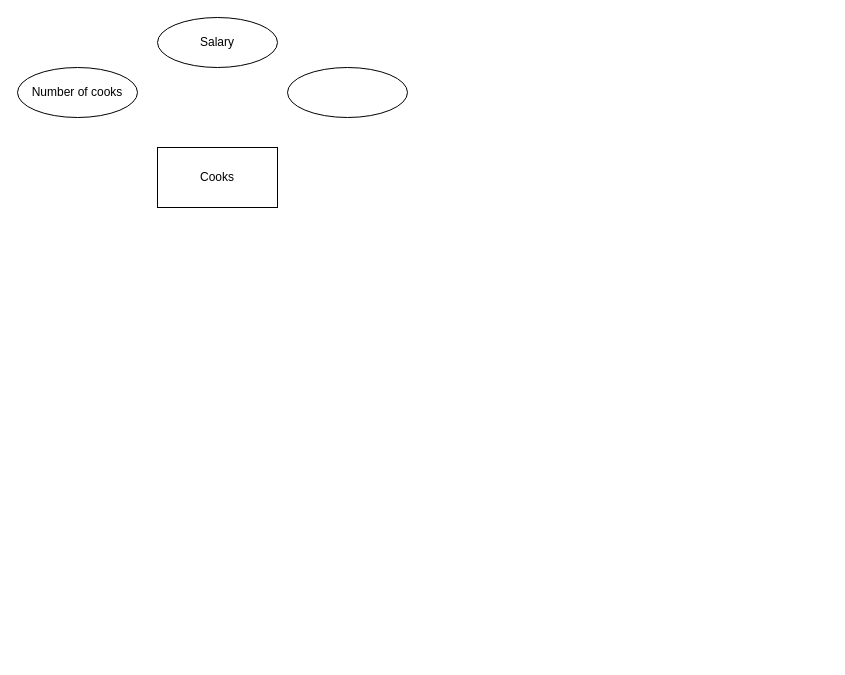
nedburke47/PracticingForClass keeps this draw.io diagram as Images/Project 1.drawio. Above is the earlier version. Source tidied: cells renumbered, new cells numbered last; positions are measured from the earlier drawing's top-left corner, leaving out a move shared by most shapes. Both pictures are drawn from the tidied source at 100%, with x=0, y=0 at pixel (17, 17).
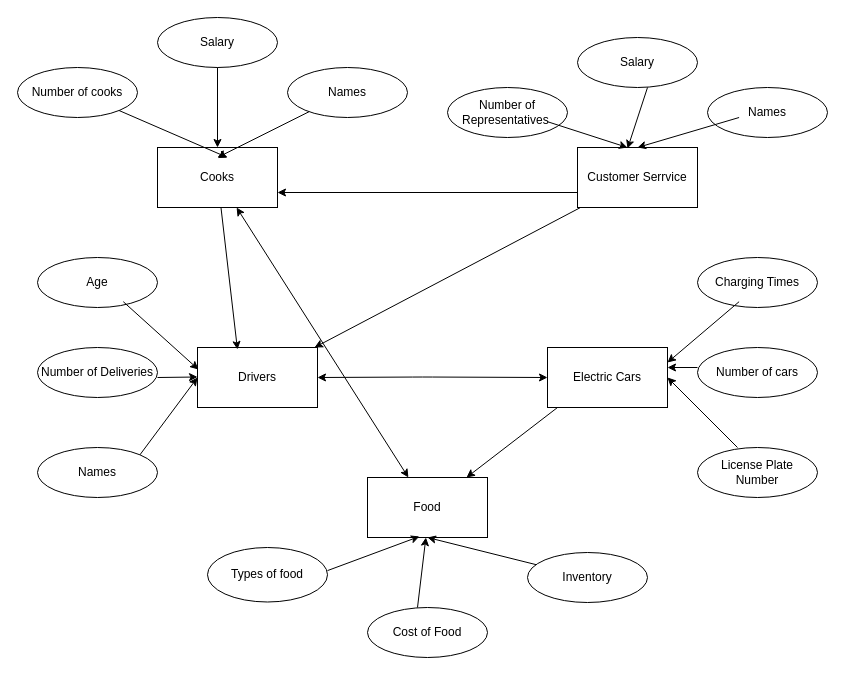
After the change.

Unchanged cells that the change refers to:
```xml
<mxCell id="2" value="Cooks" style="rounded=0;whiteSpace=wrap;html=1;" parent="1" vertex="1">
  <mxGeometry x="140" y="130" width="120" height="60" as="geometry" />
</mxCell>
<mxCell id="3" value="Salary" style="ellipse;whiteSpace=wrap;html=1;" parent="1" vertex="1">
  <mxGeometry x="140" width="120" height="50" as="geometry" />
</mxCell>
<mxCell id="4" value="Number of cooks" style="ellipse;whiteSpace=wrap;html=1;" parent="1" vertex="1">
  <mxGeometry y="50" width="120" height="50" as="geometry" />
</mxCell>
```

Diff of the diagram source:
```diff
@@
-    <mxCell id="5" style="ellipse;whiteSpace=wrap;html=1;" parent="1" vertex="1">
+    <mxCell id="5" value="Names" style="ellipse;whiteSpace=wrap;html=1;" parent="1" vertex="1">
       <mxGeometry x="270" y="50" width="120" height="50" as="geometry" />
     </mxCell>
+    <mxCell id="6" style="endArrow=classic;html=1;exitX=0.5;exitY=1;exitDx=0;exitDy=0;" parent="1" edge="1" source="3" target="2">
+      <mxGeometry relative="1" as="geometry">
+        <Array as="points">
+          <mxPoint x="200" y="130" />
+        </Array>
+      </mxGeometry>
+    </mxCell>
+    <mxCell id="7" style="endArrow=classic;html=1;" parent="1" edge="1" source="4">
+      <mxGeometry relative="1" as="geometry">
+        <mxPoint x="210" y="140" as="targetPoint" />
+      </mxGeometry>
+    </mxCell>
+    <mxCell id="8" style="endArrow=classic;html=1;" parent="1" edge="1" source="5">
+      <mxGeometry relative="1" as="geometry">
+        <mxPoint x="200" y="140" as="targetPoint" />
+      </mxGeometry>
+    </mxCell>
+    <mxCell id="9" value="Customer Serrvice" style="rounded=0;whiteSpace=wrap;html=1;" parent="1" vertex="1">
+      <mxGeometry x="560" y="130" width="120" height="60" as="geometry" />
+    </mxCell>
+    <mxCell id="10" value="Salary" style="ellipse;whiteSpace=wrap;html=1;" parent="1" vertex="1">
+      <mxGeometry x="560" y="20" width="120" height="50" as="geometry" />
+    </mxCell>
+    <mxCell id="11" value="Number of Representatives&amp;nbsp;" style="ellipse;whiteSpace=wrap;html=1;" parent="1" vertex="1">
+      <mxGeometry x="430" y="70" width="120" height="50" as="geometry" />
+    </mxCell>
+    <mxCell id="12" value="Names" style="ellipse;whiteSpace=wrap;html=1;" parent="1" vertex="1">
+      <mxGeometry x="690" y="70" width="120" height="50" as="geometry" />
+    </mxCell>
+    <mxCell id="13" value="Drivers" style="rounded=0;whiteSpace=wrap;html=1;" parent="1" vertex="1">
+      <mxGeometry x="180" y="330" width="120" height="60" as="geometry" />
+    </mxCell>
+    <mxCell id="14" value="Age" style="ellipse;whiteSpace=wrap;html=1;" parent="1" vertex="1">
+      <mxGeometry x="20" y="240" width="120" height="50" as="geometry" />
+    </mxCell>
+    <mxCell id="15" value="Number of Deliveries" style="ellipse;whiteSpace=wrap;html=1;" parent="1" vertex="1">
+      <mxGeometry x="20" y="330" width="120" height="50" as="geometry" />
+    </mxCell>
+    <mxCell id="16" value="Names" style="ellipse;whiteSpace=wrap;html=1;" parent="1" vertex="1">
+      <mxGeometry x="20" y="430" width="120" height="50" as="geometry" />
+    </mxCell>
+    <mxCell id="17" value="Electric Cars" style="rounded=0;whiteSpace=wrap;html=1;" parent="1" vertex="1">
+      <mxGeometry x="530" y="330" width="120" height="60" as="geometry" />
+    </mxCell>
+    <mxCell id="18" value="Charging Times" style="ellipse;whiteSpace=wrap;html=1;" parent="1" vertex="1">
+      <mxGeometry x="680" y="240" width="120" height="50" as="geometry" />
+    </mxCell>
+    <mxCell id="19" value="Number of cars" style="ellipse;whiteSpace=wrap;html=1;" parent="1" vertex="1">
+      <mxGeometry x="680" y="330" width="120" height="50" as="geometry" />
+    </mxCell>
+    <mxCell id="20" value="License Plate Number" style="ellipse;whiteSpace=wrap;html=1;" parent="1" vertex="1">
+      <mxGeometry x="680" y="430" width="120" height="50" as="geometry" />
+    </mxCell>
+    <mxCell id="21" value="Food" style="rounded=0;whiteSpace=wrap;html=1;" parent="1" vertex="1">
+      <mxGeometry x="350" y="460" width="120" height="60" as="geometry" />
+    </mxCell>
+    <mxCell id="22" value="Cost of Food" style="ellipse;whiteSpace=wrap;html=1;" parent="1" vertex="1">
+      <mxGeometry x="350" y="590" width="120" height="50" as="geometry" />
+    </mxCell>
+    <mxCell id="23" value="Inventory" style="ellipse;whiteSpace=wrap;html=1;" parent="1" vertex="1">
+      <mxGeometry x="510" y="535" width="120" height="50" as="geometry" />
+    </mxCell>
+    <mxCell id="24" value="Types of food" style="ellipse;whiteSpace=wrap;html=1;" parent="1" vertex="1">
+      <mxGeometry x="190" y="530" width="120" height="54.5" as="geometry" />
+    </mxCell>
+    <mxCell id="25" style="endArrow=classic;html=1;" parent="1" edge="1">
+      <mxGeometry relative="1" as="geometry">
+        <mxPoint x="530" y="104.2" as="sourcePoint" />
+        <mxPoint x="610" y="130" as="targetPoint" />
+      </mxGeometry>
+    </mxCell>
+    <mxCell id="26" style="endArrow=classic;html=1;entryX=0.417;entryY=0.017;entryDx=0;entryDy=0;entryPerimeter=0;" parent="1" edge="1" target="9">
+      <mxGeometry relative="1" as="geometry">
+        <mxPoint x="630" y="70" as="sourcePoint" />
+      </mxGeometry>
+    </mxCell>
+    <mxCell id="27" style="endArrow=classic;html=1;entryX=0.5;entryY=0;entryDx=0;entryDy=0;" parent="1" edge="1" target="9">
+      <mxGeometry relative="1" as="geometry">
+        <mxPoint x="721.6" y="100" as="sourcePoint" />
+      </mxGeometry>
+    </mxCell>
+    <mxCell id="28" style="endArrow=classic;html=1;entryX=0.008;entryY=0.367;entryDx=0;entryDy=0;entryPerimeter=0;" parent="1" edge="1" target="13">
+      <mxGeometry relative="1" as="geometry">
+        <mxPoint x="105.8" y="284.2" as="sourcePoint" />
+      </mxGeometry>
+    </mxCell>
+    <mxCell id="29" style="endArrow=classic;html=1;" parent="1" edge="1">
+      <mxGeometry relative="1" as="geometry">
+        <mxPoint x="140" y="360" as="sourcePoint" />
+        <mxPoint x="180" y="359.5" as="targetPoint" />
+        <Array as="points">
+          <mxPoint x="140" y="359.5" />
+        </Array>
+      </mxGeometry>
+    </mxCell>
+    <mxCell id="30" style="endArrow=classic;html=1;exitX=1;exitY=0;exitDx=0;exitDy=0;" parent="1" edge="1" source="16">
+      <mxGeometry relative="1" as="geometry">
+        <mxPoint x="180" y="360" as="targetPoint" />
+      </mxGeometry>
+    </mxCell>
+    <mxCell id="31" style="endArrow=classic;html=1;entryX=0.433;entryY=0.983;entryDx=0;entryDy=0;entryPerimeter=0;" parent="1" edge="1" target="21">
+      <mxGeometry relative="1" as="geometry">
+        <mxPoint x="310" y="553.1" as="sourcePoint" />
+      </mxGeometry>
+    </mxCell>
+    <mxCell id="32" style="endArrow=classic;html=1;" parent="1" edge="1">
+      <mxGeometry relative="1" as="geometry">
+        <mxPoint x="400" y="590" as="sourcePoint" />
+        <mxPoint x="408.4" y="520" as="targetPoint" />
+      </mxGeometry>
+    </mxCell>
+    <mxCell id="33" style="endArrow=classic;html=1;entryX=0.5;entryY=1;entryDx=0;entryDy=0;" parent="1" edge="1" source="23" target="21">
+      <mxGeometry relative="1" as="geometry" />
+    </mxCell>
+    <mxCell id="34" style="endArrow=classic;html=1;entryX=1;entryY=0.25;entryDx=0;entryDy=0;" parent="1" edge="1" target="17">
+      <mxGeometry relative="1" as="geometry">
+        <mxPoint x="721.6" y="284.2" as="sourcePoint" />
+      </mxGeometry>
+    </mxCell>
+    <mxCell id="35" style="endArrow=classic;html=1;" parent="1" edge="1">
+      <mxGeometry relative="1" as="geometry">
+        <mxPoint x="680" y="350" as="sourcePoint" />
+        <mxPoint x="650" y="350" as="targetPoint" />
+      </mxGeometry>
+    </mxCell>
+    <mxCell id="36" style="endArrow=classic;html=1;" parent="1" edge="1">
+      <mxGeometry relative="1" as="geometry">
+        <mxPoint x="720" y="430" as="sourcePoint" />
+        <mxPoint x="650" y="360" as="targetPoint" />
+      </mxGeometry>
+    </mxCell>
+    <mxCell id="37" style="endArrow=classic;startArrow=classic;html=1;entryX=0;entryY=0.5;entryDx=0;entryDy=0;exitX=1;exitY=0.5;exitDx=0;exitDy=0;" parent="1" edge="1" source="13" target="17">
+      <mxGeometry relative="1" as="geometry">
+        <Array as="points">
+          <mxPoint x="405" y="359.5" />
+        </Array>
+      </mxGeometry>
+    </mxCell>
+    <mxCell id="38" style="endArrow=classic;startArrow=classic;html=1;" parent="1" edge="1" source="21" target="2">
+      <mxGeometry relative="1" as="geometry" />
+    </mxCell>
+    <mxCell id="39" style="endArrow=classic;html=1;entryX=0.333;entryY=0.033;entryDx=0;entryDy=0;entryPerimeter=0;" parent="1" edge="1" source="2" target="13">
+      <mxGeometry relative="1" as="geometry" />
+    </mxCell>
+    <mxCell id="40" style="endArrow=classic;html=1;" parent="1" edge="1" source="9" target="13">
+      <mxGeometry relative="1" as="geometry" />
+    </mxCell>
+    <mxCell id="41" style="endArrow=classic;html=1;entryX=1;entryY=0.75;entryDx=0;entryDy=0;exitX=0;exitY=0.75;exitDx=0;exitDy=0;" parent="1" edge="1" source="9" target="2">
+      <mxGeometry relative="1" as="geometry" />
+    </mxCell>
+    <mxCell id="42" style="endArrow=classic;html=1;" parent="1" edge="1" target="21">
+      <mxGeometry relative="1" as="geometry">
+        <mxPoint x="540" y="390" as="sourcePoint" />
+      </mxGeometry>
+    </mxCell>
```
